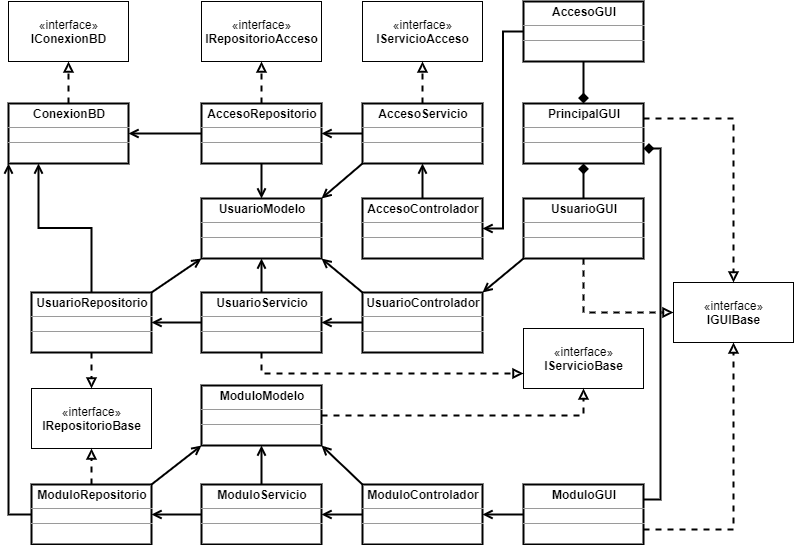
This is diagramas/Diagrama-Clases.png from FernandoCalmet/java-login-layered-skeletor, a draw.io export, as it was before one commit. Source tidied: cells renumbered, new cells last; positions are measured from the earlier drawing's top-left corner, leaving out a move shared by most shapes.
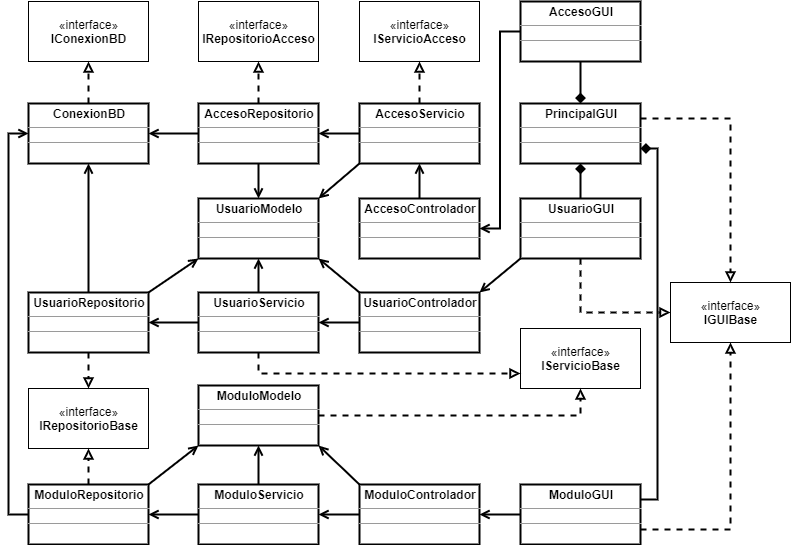
The same file after the commit.

Diff of the diagram source:
```diff
@@ -33,7 +33,7 @@
       <mxGeometry x="193" y="197" width="120" height="60" as="geometry" />
     </mxCell>
     <mxCell id="12" value="«interface»&lt;br style=&quot;font-size: 12px&quot;&gt;&lt;b style=&quot;font-size: 12px&quot;&gt;IConexionBD&lt;/b&gt;" style="html=1;fontSize=12;" parent="1" vertex="1">
-      <mxGeometry width="120" height="60" as="geometry" />
+      <mxGeometry x="23" width="120" height="60" as="geometry" />
     </mxCell>
     <mxCell id="13" value="«interface»&lt;br style=&quot;font-size: 12px&quot;&gt;&lt;b style=&quot;font-size: 12px&quot;&gt;IRepositorioAcceso&lt;/b&gt;" style="html=1;fontSize=12;" parent="1" vertex="1">
       <mxGeometry x="193" width="120" height="60" as="geometry" />
@@ -99,15 +99,15 @@
       <mxGeometry relative="1" as="geometry" />
     </mxCell>
     <mxCell id="34" value="&lt;p style=&quot;margin: 0px ; margin-top: 4px ; text-align: center&quot;&gt;&lt;b&gt;ConexionBD&lt;/b&gt;&lt;/p&gt;&lt;hr size=&quot;1&quot;&gt;&lt;div style=&quot;height: 2px&quot;&gt;&lt;/div&gt;&lt;hr size=&quot;1&quot;&gt;&lt;br&gt;&lt;hr size=&quot;1&quot;&gt;&lt;div style=&quot;height: 2px&quot;&gt;&lt;/div&gt;&lt;hr size=&quot;1&quot;&gt;&lt;div style=&quot;height: 2px&quot;&gt;&lt;/div&gt;" style="verticalAlign=top;align=left;overflow=fill;fontSize=12;fontFamily=Helvetica;html=1;strokeWidth=2;" parent="1" vertex="1">
-      <mxGeometry y="102" width="120" height="60" as="geometry" />
+      <mxGeometry x="23" y="102" width="120" height="60" as="geometry" />
     </mxCell>
     <mxCell id="35" style="rounded=0;jettySize=auto;html=1;entryX=0.5;entryY=1;entryDx=0;entryDy=0;dashed=1;endArrow=block;endFill=0;strokeColor=#000000;strokeWidth=2;fontSize=10;exitX=0.5;exitY=0;exitDx=0;exitDy=0;" parent="1" edge="1" source="34" target="12">
       <mxGeometry relative="1" as="geometry" />
     </mxCell>
-    <mxCell id="36" style="edgeStyle=orthogonalEdgeStyle;rounded=0;jettySize=auto;html=1;exitX=0.5;exitY=0;exitDx=0;exitDy=0;entryX=0.25;entryY=1;entryDx=0;entryDy=0;startArrow=none;startFill=0;endArrow=open;endFill=0;strokeWidth=2;" parent="1" edge="1" source="27" target="34">
+    <mxCell id="36" style="rounded=0;jettySize=auto;html=1;exitX=0.5;exitY=0;exitDx=0;exitDy=0;entryX=0.5;entryY=1;entryDx=0;entryDy=0;startArrow=none;startFill=0;endArrow=open;endFill=0;strokeWidth=2;" parent="1" edge="1" source="27" target="34">
       <mxGeometry relative="1" as="geometry" />
     </mxCell>
-    <mxCell id="37" style="edgeStyle=orthogonalEdgeStyle;rounded=0;jettySize=auto;html=1;entryX=0;entryY=1;entryDx=0;entryDy=0;startArrow=none;startFill=0;endArrow=open;endFill=0;strokeWidth=2;exitX=0;exitY=0.5;exitDx=0;exitDy=0;" parent="1" edge="1" source="25" target="34">
+    <mxCell id="37" style="edgeStyle=orthogonalEdgeStyle;rounded=0;jettySize=auto;html=1;entryX=0;entryY=0.5;entryDx=0;entryDy=0;startArrow=none;startFill=0;endArrow=open;endFill=0;strokeWidth=2;exitX=0;exitY=0.5;exitDx=0;exitDy=0;" parent="1" edge="1" source="25" target="34">
       <mxGeometry relative="1" as="geometry" />
     </mxCell>
     <mxCell id="38" style="rounded=0;jettySize=auto;html=1;dashed=1;endArrow=block;endFill=0;strokeColor=#000000;strokeWidth=2;fontSize=10;exitX=0.5;exitY=1;exitDx=0;exitDy=0;entryX=0.5;entryY=0;entryDx=0;entryDy=0;" parent="1" edge="1" source="27" target="14">
```
